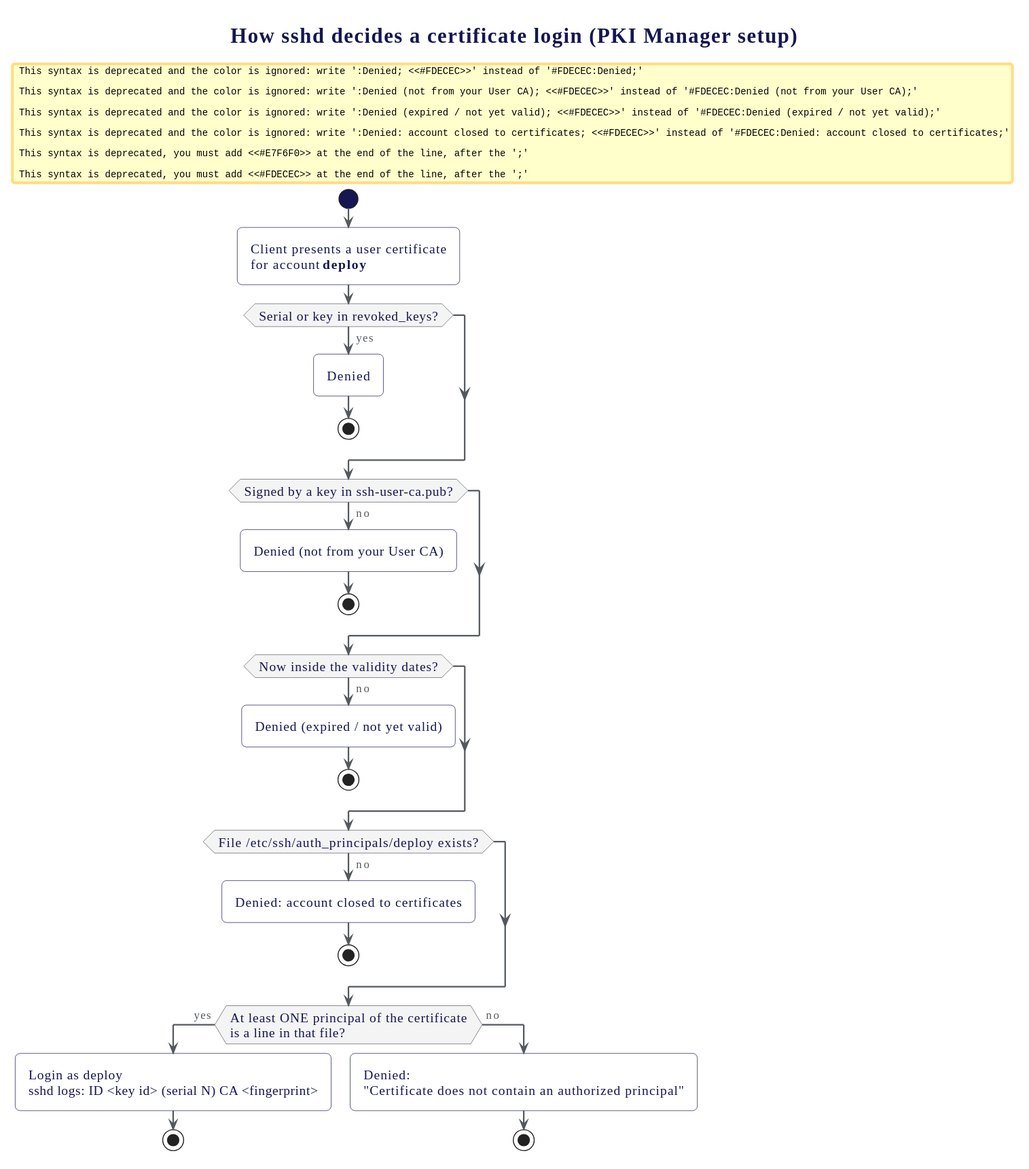
Earlier version of the PlantUML export docs/ssh/explainer/diagrams/svg/20-sshd-principal-decision.svg (oriolrius/pki-manager-web).
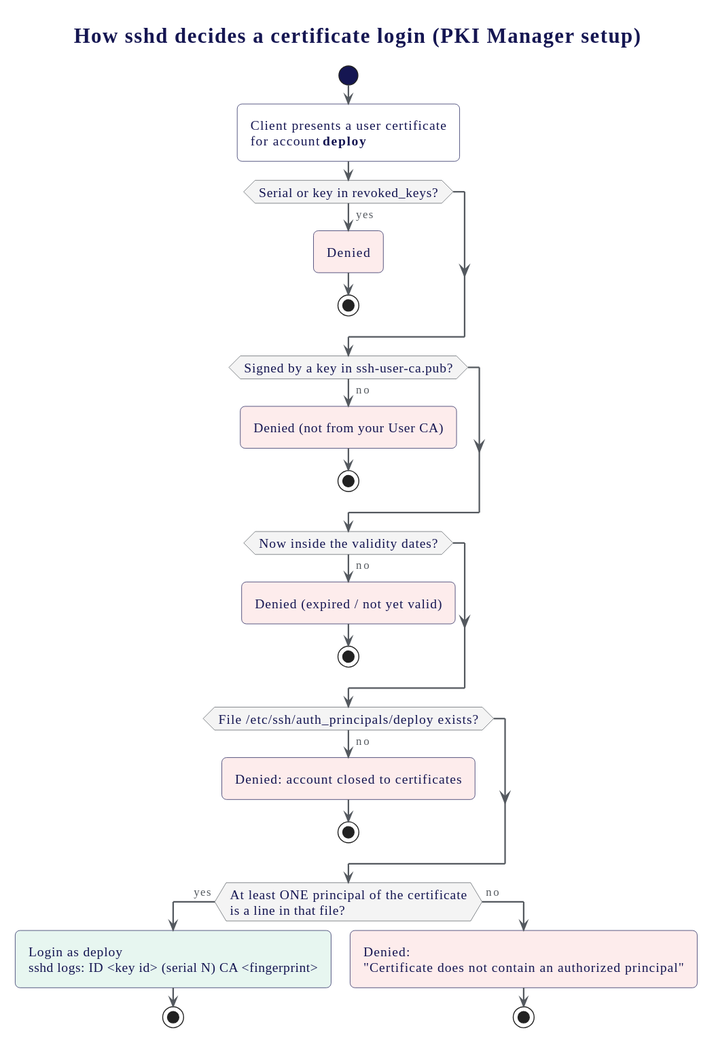
After the change.

Commit message:
docs(ssh): use the current PlantUML colour syntax in diagram 20

Diff of the diagram source:
```diff
@@ -5,29 +5,29 @@
 :Client presents a user certificate
 for account **deploy**;
 if (Serial or key in revoked_keys?) then (yes)
-  #FDECEC:Denied;
+  :Denied; <<#FDECEC>>
   stop
 endif
 if (Signed by a key in ssh-user-ca.pub?) then (no)
-  #FDECEC:Denied (not from your User CA);
+  :Denied (not from your User CA); <<#FDECEC>>
   stop
 endif
 if (Now inside the validity dates?) then (no)
-  #FDECEC:Denied (expired / not yet valid);
+  :Denied (expired / not yet valid); <<#FDECEC>>
   stop
 endif
 if (File /etc/ssh/auth_principals/deploy exists?) then (no)
-  #FDECEC:Denied: account closed to certificates;
+  :Denied: account closed to certificates; <<#FDECEC>>
   stop
 endif
 if (At least ONE principal of the certificate
 is a line in that file?) then (yes)
-  #E7F6F0:Login as deploy
-  sshd logs: ID <key id> (serial N) CA <fingerprint>;
+  :Login as deploy
+  sshd logs: ID <key id> (serial N) CA <fingerprint>; <<#E7F6F0>>
   stop
 else (no)
-  #FDECEC:Denied:
-  "Certificate does not contain an authorized principal";
+  :Denied:
+  "Certificate does not contain an authorized principal"; <<#FDECEC>>
   stop
 endif
 @enduml
```
